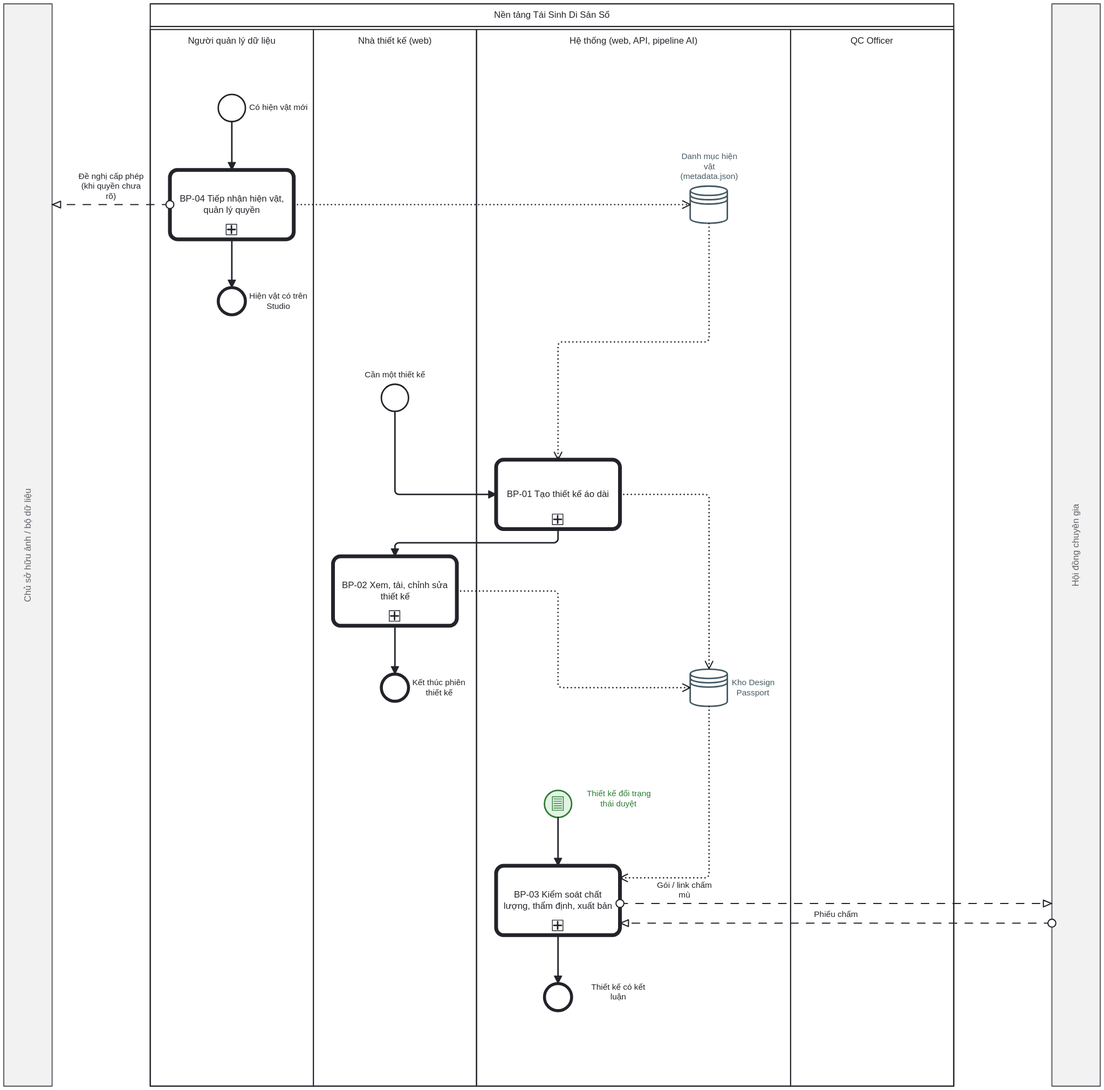
The BPMN diagram docs/business-analysis/diagrams/BP-00_ban-do-quy-trinh_TO-BE.svg in quoczai22/tai-sinh-di-san-so-ai, before a commit. Its source is kept beside it as docs/business-analysis/diagrams/BP-00_ban-do-quy-trinh_TO-BE.bpmn. Ids are renumbered. Its diagram source:
```xml
<bpmn:definitions xmlns:bpmn="http://www.omg.org/spec/BPMN/20100524/MODEL" xmlns:bpmndi="http://www.omg.org/spec/BPMN/20100524/DI" xmlns:dc="http://www.omg.org/spec/DD/20100524/DC" xmlns:di="http://www.omg.org/spec/DD/20100524/DI" xmlns:xsi="http://www.w3.org/2001/XMLSchema-instance" xmlns:color="http://www.omg.org/spec/BPMN/non-normative/color/1.0" id="Defs_BP00_TOBE" targetNamespace="https://tai-sinh-di-san-so/bpmn/BP00_TOBE" exporter="tsds-ba-kit" exporterVersion="2.0">
  <bpmn:dataStore id="Store_DS_H" name="Danh mục hiện vật (metadata.json)" />
  <bpmn:dataStore id="Store_DS_P" name="Kho Design Passport" />
  <bpmn:collaboration id="Collab_BP00_TOBE">
    <bpmn:participant id="OWN" name="Chủ sở hữu ảnh / bộ dữ liệu" />
    <bpmn:participant id="P" name="Nền tảng Tái Sinh Di Sản Số" processRef="Proc_P" />
    <bpmn:participant id="EXP" name="Hội đồng chuyên gia" />
    <bpmn:messageFlow id="Msg_C4_OWN" name="Đề nghị cấp phép (khi quyền chưa rõ)" sourceRef="C4" targetRef="OWN" />
    <bpmn:messageFlow id="Msg_C3_EXP" name="Gói / link chấm mù" sourceRef="C3" targetRef="EXP" />
    <bpmn:messageFlow id="Msg_EXP_C3" name="Phiếu chấm" sourceRef="EXP" targetRef="C3" />
  </bpmn:collaboration>
  <bpmn:process id="Proc_P" name="Nền tảng Tái Sinh Di Sản Số" isExecutable="false">
    <bpmn:laneSet id="LaneSet_P">
      <bpmn:lane id="L_DATA" name="Người quản lý dữ liệu">
        <bpmn:flowNodeRef>S_D</bpmn:flowNodeRef>
        <bpmn:flowNodeRef>C4</bpmn:flowNodeRef>
        <bpmn:flowNodeRef>E_D</bpmn:flowNodeRef>
      </bpmn:lane>
      <bpmn:lane id="L_USR" name="Nhà thiết kế (web)">
        <bpmn:flowNodeRef>S_U</bpmn:flowNodeRef>
        <bpmn:flowNodeRef>C2</bpmn:flowNodeRef>
        <bpmn:flowNodeRef>E_U</bpmn:flowNodeRef>
      </bpmn:lane>
      <bpmn:lane id="L_SYS" name="Hệ thống (web, API, pipeline AI)">
        <bpmn:flowNodeRef>C1</bpmn:flowNodeRef>
        <bpmn:flowNodeRef>S_Q</bpmn:flowNodeRef>
        <bpmn:flowNodeRef>C3</bpmn:flowNodeRef>
        <bpmn:flowNodeRef>E_Q</bpmn:flowNodeRef>
      </bpmn:lane>
      <bpmn:lane id="L_QC" name="QC Officer" />
    </bpmn:laneSet>
    <bpmn:startEvent id="S_D" name="Có hiện vật mới">
      <bpmn:outgoing>Flow_S_D_C4</bpmn:outgoing>
    </bpmn:startEvent>
    <bpmn:callActivity id="C4" name="BP-04 Tiếp nhận hiện vật, quản lý quyền">
      <bpmn:incoming>Flow_S_D_C4</bpmn:incoming>
      <bpmn:outgoing>Flow_C4_E_D</bpmn:outgoing>
      <bpmn:dataOutputAssociation id="Data_C4_DS_H">
        <bpmn:targetRef>DS_H</bpmn:targetRef>
      </bpmn:dataOutputAssociation>
    </bpmn:callActivity>
    <bpmn:endEvent id="E_D" name="Hiện vật có trên Studio">
      <bpmn:incoming>Flow_C4_E_D</bpmn:incoming>
    </bpmn:endEvent>
    <bpmn:dataStoreReference id="DS_H" name="Danh mục hiện vật (metadata.json)" dataStoreRef="Store_DS_H" />
    <bpmn:startEvent id="S_U" name="Cần một thiết kế">
      <bpmn:outgoing>Flow_S_U_C1</bpmn:outgoing>
    </bpmn:startEvent>
    <bpmn:callActivity id="C1" name="BP-01 Tạo thiết kế áo dài">
      <bpmn:incoming>Flow_S_U_C1</bpmn:incoming>
      <bpmn:outgoing>Flow_C1_C2</bpmn:outgoing>
      <bpmn:property id="Prop_C1" name="__targetRef_placeholder" />
      <bpmn:dataInputAssociation id="Data_DS_H_C1">
        <bpmn:sourceRef>DS_H</bpmn:sourceRef>
        <bpmn:targetRef>Prop_C1</bpmn:targetRef>
      </bpmn:dataInputAssociation>
      <bpmn:dataOutputAssociation id="Data_C1_DS_P">
        <bpmn:targetRef>DS_P</bpmn:targetRef>
      </bpmn:dataOutputAssociation>
    </bpmn:callActivity>
    <bpmn:callActivity id="C2" name="BP-02 Xem, tải, chỉnh sửa thiết kế">
      <bpmn:incoming>Flow_C1_C2</bpmn:incoming>
      <bpmn:outgoing>Flow_C2_E_U</bpmn:outgoing>
      <bpmn:dataOutputAssociation id="Data_C2_DS_P">
        <bpmn:targetRef>DS_P</bpmn:targetRef>
      </bpmn:dataOutputAssociation>
    </bpmn:callActivity>
    <bpmn:endEvent id="E_U" name="Kết thúc phiên thiết kế">
      <bpmn:incoming>Flow_C2_E_U</bpmn:incoming>
    </bpmn:endEvent>
    <bpmn:dataStoreReference id="DS_P" name="Kho Design Passport" dataStoreRef="Store_DS_P" />
    <bpmn:startEvent id="S_Q" name="Thiết kế đổi trạng thái duyệt">
      <bpmn:outgoing>Flow_S_Q_C3</bpmn:outgoing>
      <bpmn:conditionalEventDefinition id="CED_S_Q">
        <bpmn:condition xsi:type="bpmn:tFormalExpression">approval.status thay đổi</bpmn:condition>
      </bpmn:conditionalEventDefinition>
    </bpmn:startEvent>
    <bpmn:callActivity id="C3" name="BP-03 Kiểm soát chất lượng, thẩm định, xuất bản">
      <bpmn:incoming>Flow_S_Q_C3</bpmn:incoming>
      <bpmn:outgoing>Flow_C3_E_Q</bpmn:outgoing>
      <bpmn:property id="Prop_C3" name="__targetRef_placeholder" />
      <bpmn:dataInputAssociation id="Data_DS_P_C3">
        <bpmn:sourceRef>DS_P</bpmn:sourceRef>
        <bpmn:targetRef>Prop_C3</bpmn:targetRef>
      </bpmn:dataInputAssociation>
    </bpmn:callActivity>
    <bpmn:endEvent id="E_Q" name="Thiết kế có kết luận">
      <bpmn:incoming>Flow_C3_E_Q</bpmn:incoming>
    </bpmn:endEvent>
    <bpmn:sequenceFlow id="Flow_S_D_C4" name="" sourceRef="S_D" targetRef="C4" />
    <bpmn:sequenceFlow id="Flow_C4_E_D" name="" sourceRef="C4" targetRef="E_D" />
    <bpmn:sequenceFlow id="Flow_S_U_C1" name="" sourceRef="S_U" targetRef="C1" />
    <bpmn:sequenceFlow id="Flow_C1_C2" name="" sourceRef="C1" targetRef="C2" />
    <bpmn:sequenceFlow id="Flow_C2_E_U" name="" sourceRef="C2" targetRef="E_U" />
    <bpmn:sequenceFlow id="Flow_S_Q_C3" name="" sourceRef="S_Q" targetRef="C3" />
    <bpmn:sequenceFlow id="Flow_C3_E_Q" name="" sourceRef="C3" targetRef="E_Q" />
  </bpmn:process>
  <bpmndi:BPMNDiagram id="Diagram_BP00_TOBE" name="BP-00 TO-BE — Bản đồ quy trình">
    <bpmndi:BPMNPlane id="Plane_BP00_TOBE" bpmnElement="Collab_BP00_TOBE">
      <bpmndi:BPMNShape id="OWN_di" bpmnElement="OWN" isHorizontal="false" color:background-color="#F2F2F2" color:border-color="#5F6368">
        <dc:Bounds x="20" y="20" width="64" height="1434" />
      </bpmndi:BPMNShape>
      <bpmndi:BPMNShape id="P_di" bpmnElement="P" isHorizontal="false">
        <dc:Bounds x="214" y="20" width="1064" height="1434" />
      </bpmndi:BPMNShape>
      <bpmndi:BPMNShape id="L_QC_di" bpmnElement="L_QC" isHorizontal="false">
        <dc:Bounds x="1062" y="54" width="216" height="1400" />
      </bpmndi:BPMNShape>
      <bpmndi:BPMNShape id="L_SYS_di" bpmnElement="L_SYS" isHorizontal="false">
        <dc:Bounds x="646" y="54" width="416" height="1400" />
      </bpmndi:BPMNShape>
      <bpmndi:BPMNShape id="L_USR_di" bpmnElement="L_USR" isHorizontal="false">
        <dc:Bounds x="430" y="54" width="216" height="1400" />
      </bpmndi:BPMNShape>
      <bpmndi:BPMNShape id="L_DATA_di" bpmnElement="L_DATA" isHorizontal="false">
        <dc:Bounds x="214" y="54" width="216" height="1400" />
      </bpmndi:BPMNShape>
      <bpmndi:BPMNShape id="S_D_di" bpmnElement="S_D">
        <dc:Bounds x="304" y="140" width="36" height="36" />
        <bpmndi:BPMNLabel>
          <dc:Bounds x="345" y="151" width="79" height="14" />
        </bpmndi:BPMNLabel>
      </bpmndi:BPMNShape>
      <bpmndi:BPMNShape id="C4_di" bpmnElement="C4">
        <dc:Bounds x="240" y="240" width="164" height="92" />
      </bpmndi:BPMNShape>
      <bpmndi:BPMNShape id="E_D_di" bpmnElement="E_D">
        <dc:Bounds x="304" y="396" width="36" height="36" />
        <bpmndi:BPMNLabel>
          <dc:Bounds x="345" y="401" width="78" height="27" />
        </bpmndi:BPMNLabel>
      </bpmndi:BPMNShape>
      <bpmndi:BPMNShape id="DS_H_di" bpmnElement="DS_H" color:background-color="#FFFFFF" color:border-color="#455A64">
        <dc:Bounds x="929" y="261" width="50" height="50" />
        <bpmndi:BPMNLabel>
          <dc:Bounds x="916" y="216" width="77" height="40" />
        </bpmndi:BPMNLabel>
      </bpmndi:BPMNShape>
      <bpmndi:BPMNShape id="S_U_di" bpmnElement="S_U">
        <dc:Bounds x="520" y="524" width="36" height="36" />
        <bpmndi:BPMNLabel>
          <dc:Bounds x="498" y="505" width="81" height="14" />
        </bpmndi:BPMNLabel>
      </bpmndi:BPMNShape>
      <bpmndi:BPMNShape id="C1_di" bpmnElement="C1">
        <dc:Bounds x="672" y="624" width="164" height="92" />
      </bpmndi:BPMNShape>
      <bpmndi:BPMNShape id="C2_di" bpmnElement="C2">
        <dc:Bounds x="456" y="752" width="164" height="92" />
      </bpmndi:BPMNShape>
      <bpmndi:BPMNShape id="E_U_di" bpmnElement="E_U">
        <dc:Bounds x="520" y="908" width="36" height="36" />
        <bpmndi:BPMNLabel>
          <dc:Bounds x="561" y="913" width="71" height="27" />
        </bpmndi:BPMNLabel>
      </bpmndi:BPMNShape>
      <bpmndi:BPMNShape id="DS_P_di" bpmnElement="DS_P" color:background-color="#FFFFFF" color:border-color="#455A64">
        <dc:Bounds x="929" y="901" width="50" height="50" />
        <bpmndi:BPMNLabel>
          <dc:Bounds x="984" y="913" width="57" height="27" />
        </bpmndi:BPMNLabel>
      </bpmndi:BPMNShape>
      <bpmndi:BPMNShape id="S_Q_di" bpmnElement="S_Q" color:background-color="#E1F3E4" color:border-color="#2E7D32">
        <dc:Bounds x="736" y="1062" width="36" height="36" />
        <bpmndi:BPMNLabel>
          <dc:Bounds x="778" y="1060" width="112" height="40" />
        </bpmndi:BPMNLabel>
      </bpmndi:BPMNShape>
      <bpmndi:BPMNShape id="C3_di" bpmnElement="C3">
        <dc:Bounds x="672" y="1162" width="164" height="92" />
      </bpmndi:BPMNShape>
      <bpmndi:BPMNShape id="E_Q_di" bpmnElement="E_Q">
        <dc:Bounds x="736" y="1318" width="36" height="36" />
        <bpmndi:BPMNLabel>
          <dc:Bounds x="778" y="1316" width="112" height="40" />
        </bpmndi:BPMNLabel>
      </bpmndi:BPMNShape>
      <bpmndi:BPMNEdge id="Flow_S_D_C4_di" bpmnElement="Flow_S_D_C4">
        <di:waypoint x="322" y="176" />
        <di:waypoint x="322" y="240" />
      </bpmndi:BPMNEdge>
      <bpmndi:BPMNEdge id="Flow_C4_E_D_di" bpmnElement="Flow_C4_E_D">
        <di:waypoint x="322" y="332" />
        <di:waypoint x="322" y="396" />
      </bpmndi:BPMNEdge>
      <bpmndi:BPMNEdge id="Flow_S_U_C1_di" bpmnElement="Flow_S_U_C1">
        <di:waypoint x="538" y="560" />
        <di:waypoint x="538" y="670" />
        <di:waypoint x="672" y="670" />
      </bpmndi:BPMNEdge>
      <bpmndi:BPMNEdge id="Flow_C1_C2_di" bpmnElement="Flow_C1_C2">
        <di:waypoint x="754" y="716" />
        <di:waypoint x="754" y="734" />
        <di:waypoint x="538" y="734" />
        <di:waypoint x="538" y="752" />
      </bpmndi:BPMNEdge>
      <bpmndi:BPMNEdge id="Flow_C2_E_U_di" bpmnElement="Flow_C2_E_U">
        <di:waypoint x="538" y="844" />
        <di:waypoint x="538" y="908" />
      </bpmndi:BPMNEdge>
      <bpmndi:BPMNEdge id="Flow_S_Q_C3_di" bpmnElement="Flow_S_Q_C3">
        <di:waypoint x="754" y="1098" />
        <di:waypoint x="754" y="1162" />
      </bpmndi:BPMNEdge>
      <bpmndi:BPMNEdge id="Flow_C3_E_Q_di" bpmnElement="Flow_C3_E_Q">
        <di:waypoint x="754" y="1254" />
        <di:waypoint x="754" y="1318" />
      </bpmndi:BPMNEdge>
      <bpmndi:BPMNShape id="EXP_di" bpmnElement="EXP" isHorizontal="false" color:background-color="#F2F2F2" color:border-color="#5F6368">
        <dc:Bounds x="1408" y="20" width="64" height="1434" />
      </bpmndi:BPMNShape>
      <bpmndi:BPMNEdge id="Data_C4_DS_H_di" bpmnElement="Data_C4_DS_H">
        <di:waypoint x="404" y="286" />
        <di:waypoint x="929" y="286" />
      </bpmndi:BPMNEdge>
      <bpmndi:BPMNEdge id="Data_DS_H_C1_di" bpmnElement="Data_DS_H_C1">
        <di:waypoint x="954" y="311" />
        <di:waypoint x="954" y="468" />
        <di:waypoint x="754" y="468" />
        <di:waypoint x="754" y="624" />
      </bpmndi:BPMNEdge>
      <bpmndi:BPMNEdge id="Data_C1_DS_P_di" bpmnElement="Data_C1_DS_P">
        <di:waypoint x="836" y="670" />
        <di:waypoint x="954" y="670" />
        <di:waypoint x="954" y="901" />
      </bpmndi:BPMNEdge>
      <bpmndi:BPMNEdge id="Data_C2_DS_P_di" bpmnElement="Data_C2_DS_P">
        <di:waypoint x="620" y="798" />
        <di:waypoint x="754" y="798" />
        <di:waypoint x="754" y="926" />
        <di:waypoint x="929" y="926" />
      </bpmndi:BPMNEdge>
      <bpmndi:BPMNEdge id="Data_DS_P_C3_di" bpmnElement="Data_DS_P_C3">
        <di:waypoint x="954" y="951" />
        <di:waypoint x="954" y="1178" />
        <di:waypoint x="836" y="1178" />
      </bpmndi:BPMNEdge>
      <bpmndi:BPMNEdge id="Msg_C4_OWN_di" bpmnElement="Msg_C4_OWN">
        <di:waypoint x="240" y="286" />
        <di:waypoint x="84" y="286" />
        <bpmndi:BPMNLabel>
          <dc:Bounds x="119" y="242" width="87" height="40" />
        </bpmndi:BPMNLabel>
      </bpmndi:BPMNEdge>
      <bpmndi:BPMNEdge id="Msg_C3_EXP_di" bpmnElement="Msg_C3_EXP">
        <di:waypoint x="836" y="1212" />
        <di:waypoint x="1408" y="1212" />
        <bpmndi:BPMNLabel>
          <dc:Bounds x="885" y="1181" width="73" height="27" />
        </bpmndi:BPMNLabel>
      </bpmndi:BPMNEdge>
      <bpmndi:BPMNEdge id="Msg_EXP_C3_di" bpmnElement="Msg_EXP_C3">
        <di:waypoint x="1408" y="1238" />
        <di:waypoint x="836" y="1238" />
        <bpmndi:BPMNLabel>
          <dc:Bounds x="1093" y="1220" width="59" height="14" />
        </bpmndi:BPMNLabel>
      </bpmndi:BPMNEdge>
    </bpmndi:BPMNPlane>
  </bpmndi:BPMNDiagram>
</bpmn:definitions>
```
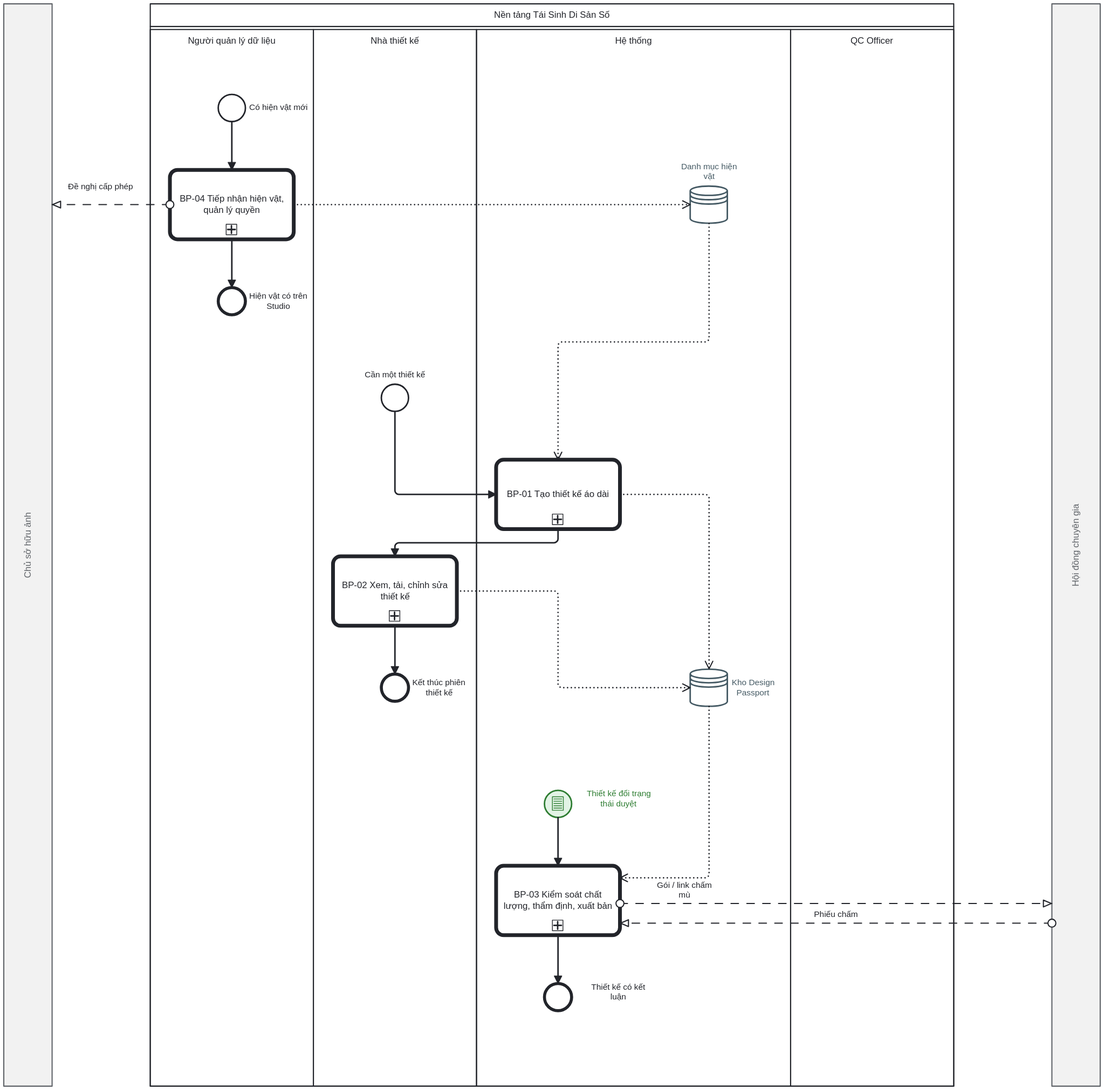
The same file after the commit.

Diff of the diagram source:
```diff
@@ -1,11 +1,11 @@
 <bpmn:definitions xmlns:bpmn="http://www.omg.org/spec/BPMN/20100524/MODEL" xmlns:bpmndi="http://www.omg.org/spec/BPMN/20100524/DI" xmlns:dc="http://www.omg.org/spec/DD/20100524/DC" xmlns:di="http://www.omg.org/spec/DD/20100524/DI" xmlns:xsi="http://www.w3.org/2001/XMLSchema-instance" xmlns:color="http://www.omg.org/spec/BPMN/non-normative/color/1.0" id="Defs_BP00_TOBE" targetNamespace="https://tai-sinh-di-san-so/bpmn/BP00_TOBE" exporter="tsds-ba-kit" exporterVersion="2.0">
-  <bpmn:dataStore id="Store_DS_H" name="Danh mục hiện vật (metadata.json)" />
+  <bpmn:dataStore id="Store_DS_H" name="Danh mục hiện vật" />
   <bpmn:dataStore id="Store_DS_P" name="Kho Design Passport" />
   <bpmn:collaboration id="Collab_BP00_TOBE">
-    <bpmn:participant id="OWN" name="Chủ sở hữu ảnh / bộ dữ liệu" />
+    <bpmn:participant id="OWN" name="Chủ sở hữu ảnh" />
     <bpmn:participant id="P" name="Nền tảng Tái Sinh Di Sản Số" processRef="Proc_P" />
     <bpmn:participant id="EXP" name="Hội đồng chuyên gia" />
-    <bpmn:messageFlow id="Msg_C4_OWN" name="Đề nghị cấp phép (khi quyền chưa rõ)" sourceRef="C4" targetRef="OWN" />
+    <bpmn:messageFlow id="Msg_C4_OWN" name="Đề nghị cấp phép" sourceRef="C4" targetRef="OWN" />
     <bpmn:messageFlow id="Msg_C3_EXP" name="Gói / link chấm mù" sourceRef="C3" targetRef="EXP" />
     <bpmn:messageFlow id="Msg_EXP_C3" name="Phiếu chấm" sourceRef="EXP" targetRef="C3" />
   </bpmn:collaboration>
@@ -16,12 +16,12 @@
         <bpmn:flowNodeRef>C4</bpmn:flowNodeRef>
         <bpmn:flowNodeRef>E_D</bpmn:flowNodeRef>
       </bpmn:lane>
-      <bpmn:lane id="L_USR" name="Nhà thiết kế (web)">
+      <bpmn:lane id="L_USR" name="Nhà thiết kế">
         <bpmn:flowNodeRef>S_U</bpmn:flowNodeRef>
         <bpmn:flowNodeRef>C2</bpmn:flowNodeRef>
         <bpmn:flowNodeRef>E_U</bpmn:flowNodeRef>
       </bpmn:lane>
-      <bpmn:lane id="L_SYS" name="Hệ thống (web, API, pipeline AI)">
+      <bpmn:lane id="L_SYS" name="Hệ thống">
         <bpmn:flowNodeRef>C1</bpmn:flowNodeRef>
         <bpmn:flowNodeRef>S_Q</bpmn:flowNodeRef>
         <bpmn:flowNodeRef>C3</bpmn:flowNodeRef>
@@ -42,7 +42,7 @@
     <bpmn:endEvent id="E_D" name="Hiện vật có trên Studio">
       <bpmn:incoming>Flow_C4_E_D</bpmn:incoming>
     </bpmn:endEvent>
-    <bpmn:dataStoreReference id="DS_H" name="Danh mục hiện vật (metadata.json)" dataStoreRef="Store_DS_H" />
+    <bpmn:dataStoreReference id="DS_H" name="Danh mục hiện vật" dataStoreRef="Store_DS_H" />
     <bpmn:startEvent id="S_U" name="Cần một thiết kế">
       <bpmn:outgoing>Flow_S_U_C1</bpmn:outgoing>
     </bpmn:startEvent>
@@ -133,7 +133,7 @@
       <bpmndi:BPMNShape id="DS_H_di" bpmnElement="DS_H" color:background-color="#FFFFFF" color:border-color="#455A64">
         <dc:Bounds x="929" y="261" width="50" height="50" />
         <bpmndi:BPMNLabel>
-          <dc:Bounds x="916" y="216" width="77" height="40" />
+          <dc:Bounds x="917" y="229" width="74" height="27" />
         </bpmndi:BPMNLabel>
       </bpmndi:BPMNShape>
       <bpmndi:BPMNShape id="S_U_di" bpmnElement="S_U">
@@ -239,7 +239,7 @@
         <di:waypoint x="240" y="286" />
         <di:waypoint x="84" y="286" />
         <bpmndi:BPMNLabel>
-          <dc:Bounds x="119" y="242" width="87" height="40" />
+          <dc:Bounds x="96" y="256" width="104" height="28" />
         </bpmndi:BPMNLabel>
       </bpmndi:BPMNEdge>
       <bpmndi:BPMNEdge id="Msg_C3_EXP_di" bpmnElement="Msg_C3_EXP">
```
